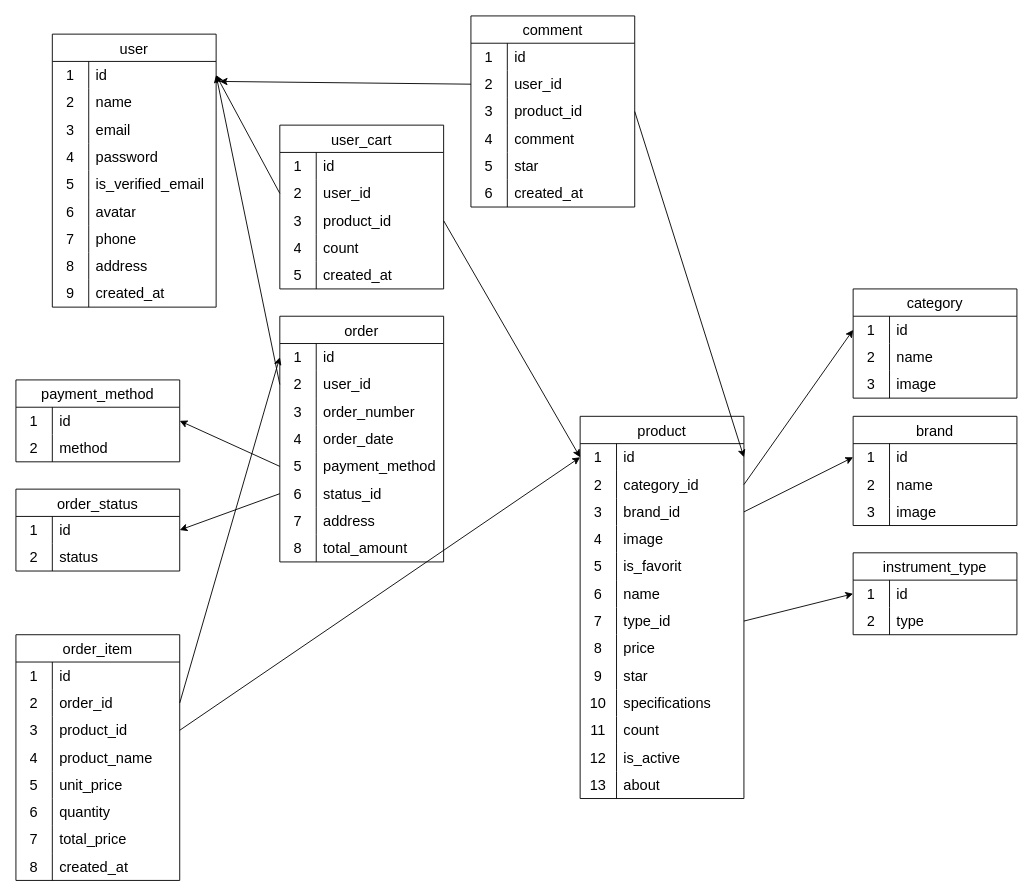
Above: api/prisma/schema/database.drawio in BlackDarkes/MusicGid (draw.io), before the change. Source tidied: cells renumbered, new cells numbered last; positions are measured from the earlier drawing's top-left corner, leaving out a move shared by most shapes. Both pictures are drawn from the tidied source at 91%, with x=0, y=0 at pixel (15, 15).
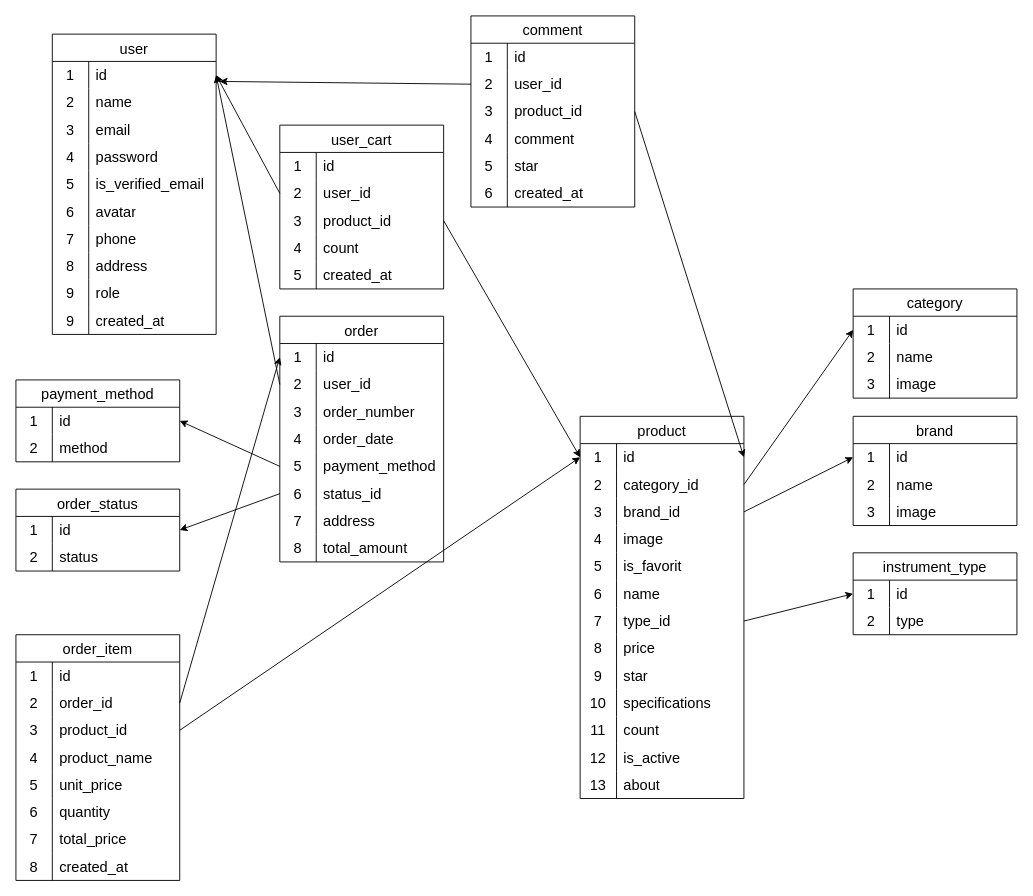
After the change.

The edit, as a diff of the source:
```diff
@@
     <mxCell id="2" value="user" style="shape=table;startSize=30;childLayout=tableLayout;rowLines=0;fontStyle=0;strokeColor=default;fontSize=16;" parent="1" vertex="1">
-      <mxGeometry x="40" y="20" width="180" height="300" as="geometry" />
+      <mxGeometry x="40" y="20" width="180" height="330" as="geometry" />
     </mxCell>
@@
+    <mxCell id="208" style="shape=tableRow;horizontal=0;startSize=0;swimlaneHead=0;swimlaneBody=0;top=0;left=0;bottom=0;right=0;fillColor=none;strokeColor=inherit;fontSize=16;" parent="2" vertex="1">
+      <mxGeometry y="270" width="180" height="30" as="geometry" />
+    </mxCell>
+    <mxCell id="209" value="9" style="shape=partialRectangle;html=1;whiteSpace=wrap;fillColor=none;top=0;left=0;bottom=0;right=0;overflow=hidden;strokeColor=inherit;fontSize=16;" parent="208" vertex="1">
+      <mxGeometry width="40" height="30" as="geometry" />
+    </mxCell>
+    <mxCell id="210" value="role" style="shape=partialRectangle;html=1;whiteSpace=wrap;fillColor=none;top=0;left=0;bottom=0;right=0;align=left;spacingLeft=6;overflow=hidden;strokeColor=inherit;fontSize=16;" parent="208" vertex="1">
+      <mxGeometry x="40" width="140" height="30" as="geometry" />
+    </mxCell>
     <mxCell id="27" style="shape=tableRow;horizontal=0;startSize=0;swimlaneHead=0;swimlaneBody=0;top=0;left=0;bottom=0;right=0;fillColor=none;strokeColor=inherit;fontSize=16;" parent="2" vertex="1">
-      <mxGeometry y="270" width="180" height="30" as="geometry" />
+      <mxGeometry y="300" width="180" height="30" as="geometry" />
     </mxCell>
```
